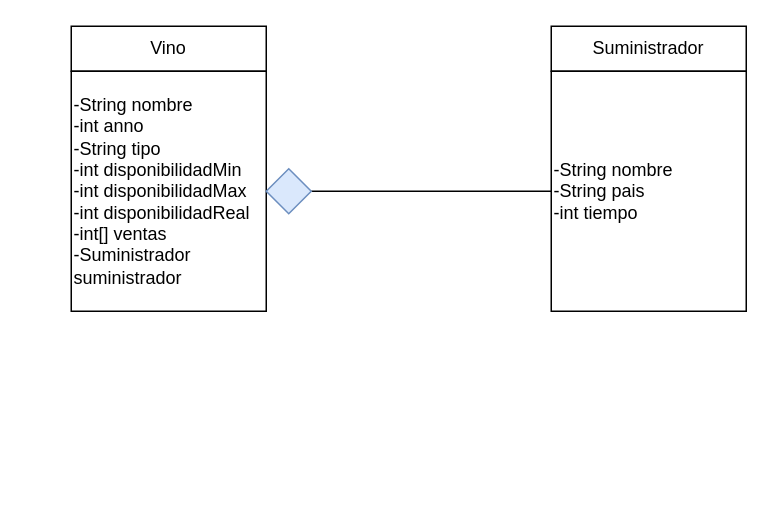
This is temaUnoEjercicioDos/Ejercicio2.drawio from 20170945/ST-ISC-212, a draw.io file, before an edit. Source tidied: cells renumbered, new cells numbered last; positions are measured from the earlier drawing's top-left corner, leaving out a move shared by most shapes. Both pictures are drawn from the tidied source at 150%, with x=0, y=0 at pixel (70, 26).
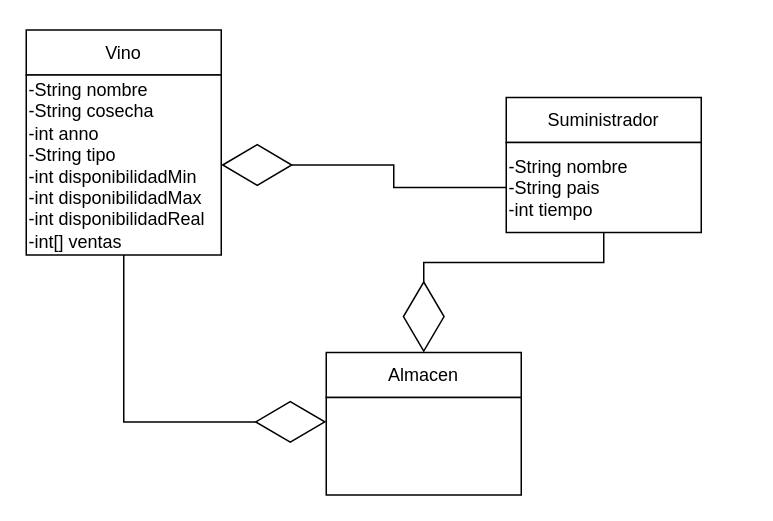
The same diagram, later.

What changed in the source:
```diff
@@
 <mxGraphModel>
   <root>
     <mxCell id="0" />
     <mxCell id="1" parent="0" />
     <mxCell id="2" value="Vino" style="rounded=0;whiteSpace=wrap;html=1;" parent="1" vertex="1">
-      <mxGeometry width="130" height="30" as="geometry" />
+      <mxGeometry x="-30" y="2.5" width="130" height="30" as="geometry" />
     </mxCell>
+    <mxCell id="8" style="edgeStyle=orthogonalEdgeStyle;rounded=0;jettySize=auto;html=1;exitX=0.5;exitY=1;exitDx=0;exitDy=0;entryX=0;entryY=0.25;entryDx=0;entryDy=0;endArrow=diamondThin;endFill=0;endSize=45;strokeColor=#000000;" parent="1" edge="1" source="3" target="12">
+      <mxGeometry relative="1" as="geometry" />
+    </mxCell>
-    <mxCell id="3" value="-String nombre&lt;br&gt;-int anno&lt;br&gt;-String tipo&lt;br&gt;-int disponibilidadMin&lt;br&gt;-int disponibilidadMax&lt;br&gt;-int disponibilidadReal&lt;br&gt;-int[] ventas&lt;br&gt;-Suministrador suministrador" style="rounded=0;whiteSpace=wrap;html=1;align=left;" parent="1" vertex="1">
-      <mxGeometry y="30" width="130" height="160" as="geometry" />
+    <mxCell id="3" value="-String nombre&lt;br&gt;-String cosecha&lt;br&gt;-int anno&lt;br&gt;-String tipo&lt;br&gt;-int disponibilidadMin&lt;br&gt;-int disponibilidadMax&lt;br&gt;-int disponibilidadReal&lt;br&gt;-int[] ventas" style="rounded=0;whiteSpace=wrap;html=1;align=left;" parent="1" vertex="1">
+      <mxGeometry x="-30" y="32.5" width="130" height="120" as="geometry" />
     </mxCell>
     <mxCell id="4" value="Suministrador" style="rounded=0;whiteSpace=wrap;html=1;" parent="1" vertex="1">
-      <mxGeometry x="320" width="130" height="30" as="geometry" />
+      <mxGeometry x="290" y="47.5" width="130" height="30" as="geometry" />
     </mxCell>
+    <mxCell id="9" style="edgeStyle=orthogonalEdgeStyle;rounded=0;jettySize=auto;html=1;exitX=0.5;exitY=1;exitDx=0;exitDy=0;entryX=0.5;entryY=0;entryDx=0;entryDy=0;endArrow=diamondThin;endFill=0;endSize=45;strokeColor=#000000;" parent="1" edge="1" source="5" target="11">
+      <mxGeometry relative="1" as="geometry" />
+    </mxCell>
+    <mxCell id="10" style="edgeStyle=orthogonalEdgeStyle;rounded=0;jettySize=auto;html=1;exitX=0;exitY=0.5;exitDx=0;exitDy=0;entryX=1;entryY=0.5;entryDx=0;entryDy=0;endArrow=diamondThin;endFill=0;endSize=45;" parent="1" edge="1" source="5" target="3">
+      <mxGeometry relative="1" as="geometry" />
+    </mxCell>
     <mxCell id="5" value="-String nombre&lt;br&gt;-String pais&lt;br&gt;-int tiempo" style="rounded=0;whiteSpace=wrap;html=1;align=left;" parent="1" vertex="1">
-      <mxGeometry x="320" y="30" width="130" height="160" as="geometry" />
+      <mxGeometry x="290" y="77.5" width="130" height="60" as="geometry" />
     </mxCell>
-    <mxCell id="6" style="edgeStyle=orthogonalEdgeStyle;rounded=0;jettySize=auto;html=1;exitX=1;exitY=0.5;exitDx=0;exitDy=0;strokeColor=#000000;endArrow=none;endFill=0;" parent="1" edge="1" source="7" target="5">
-      <mxGeometry relative="1" as="geometry" />
-    </mxCell>
-    <mxCell id="7" style="rhombus;whiteSpace=wrap;html=1;align=left;fillColor=#dae8fc;strokeColor=#6c8ebf;" parent="1" vertex="1">
-      <mxGeometry x="130" y="95" width="30" height="30" as="geometry" />
-    </mxCell>
+    <mxCell id="11" value="Almacen" style="rounded=0;whiteSpace=wrap;html=1;" parent="1" vertex="1">
+      <mxGeometry x="170" y="217.5" width="130" height="30" as="geometry" />
+    </mxCell>
+    <mxCell id="12" style="rounded=0;whiteSpace=wrap;html=1;align=left;" parent="1" vertex="1">
+      <mxGeometry x="170" y="247.5" width="130" height="65" as="geometry" />
+    </mxCell>
   </root>
 </mxGraphModel>
```
